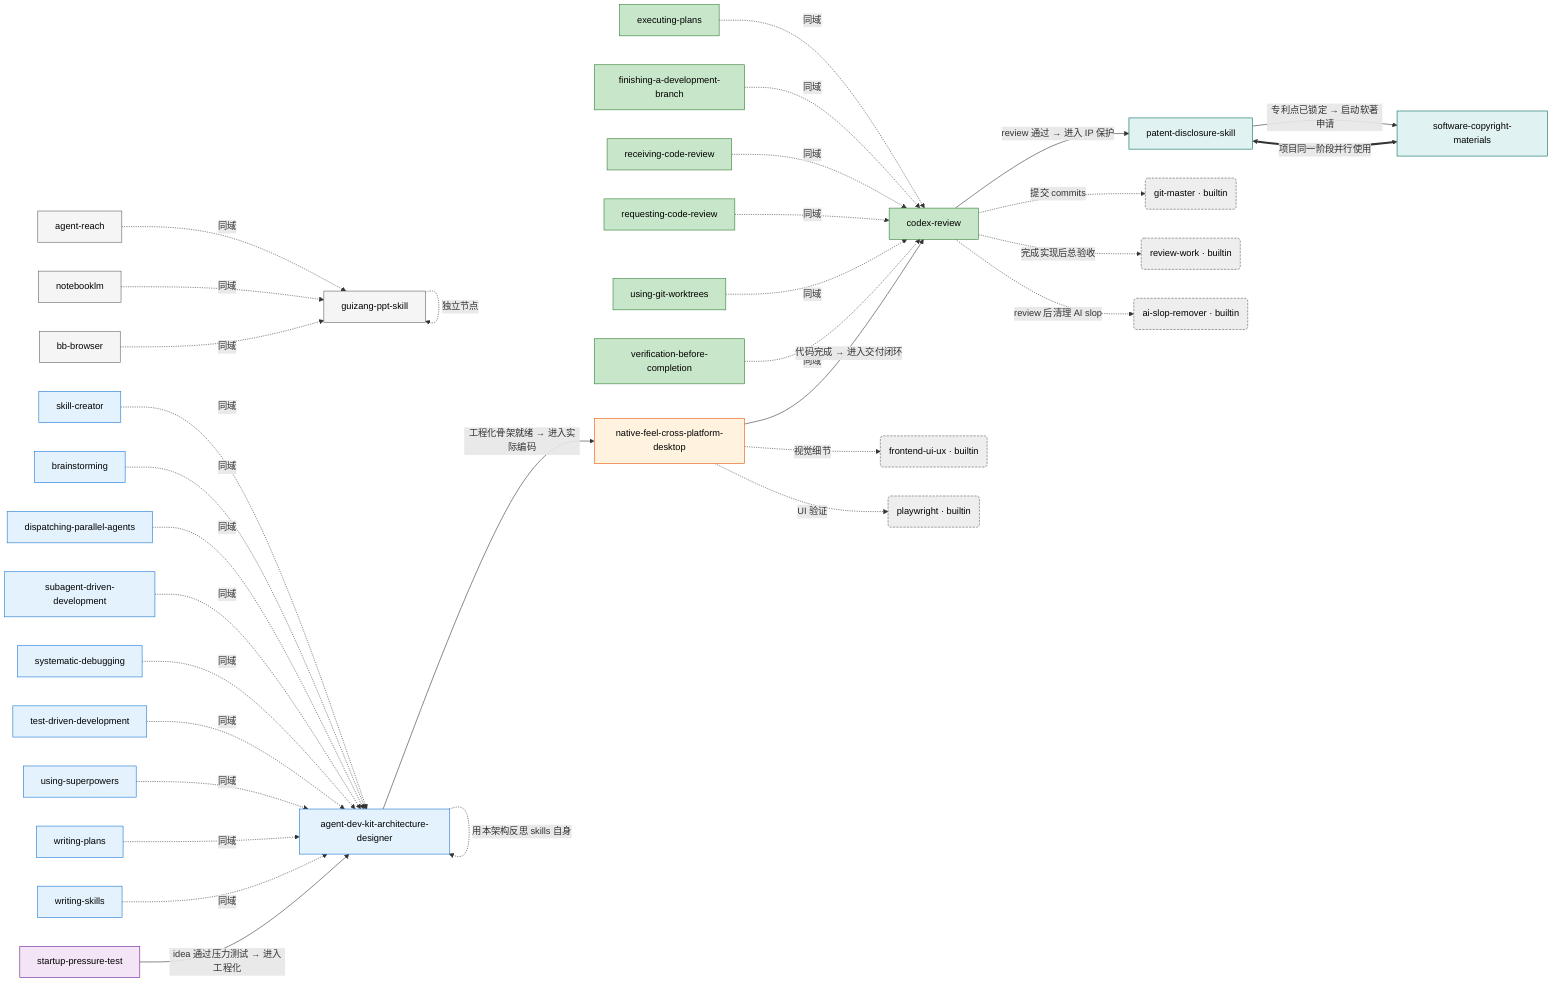
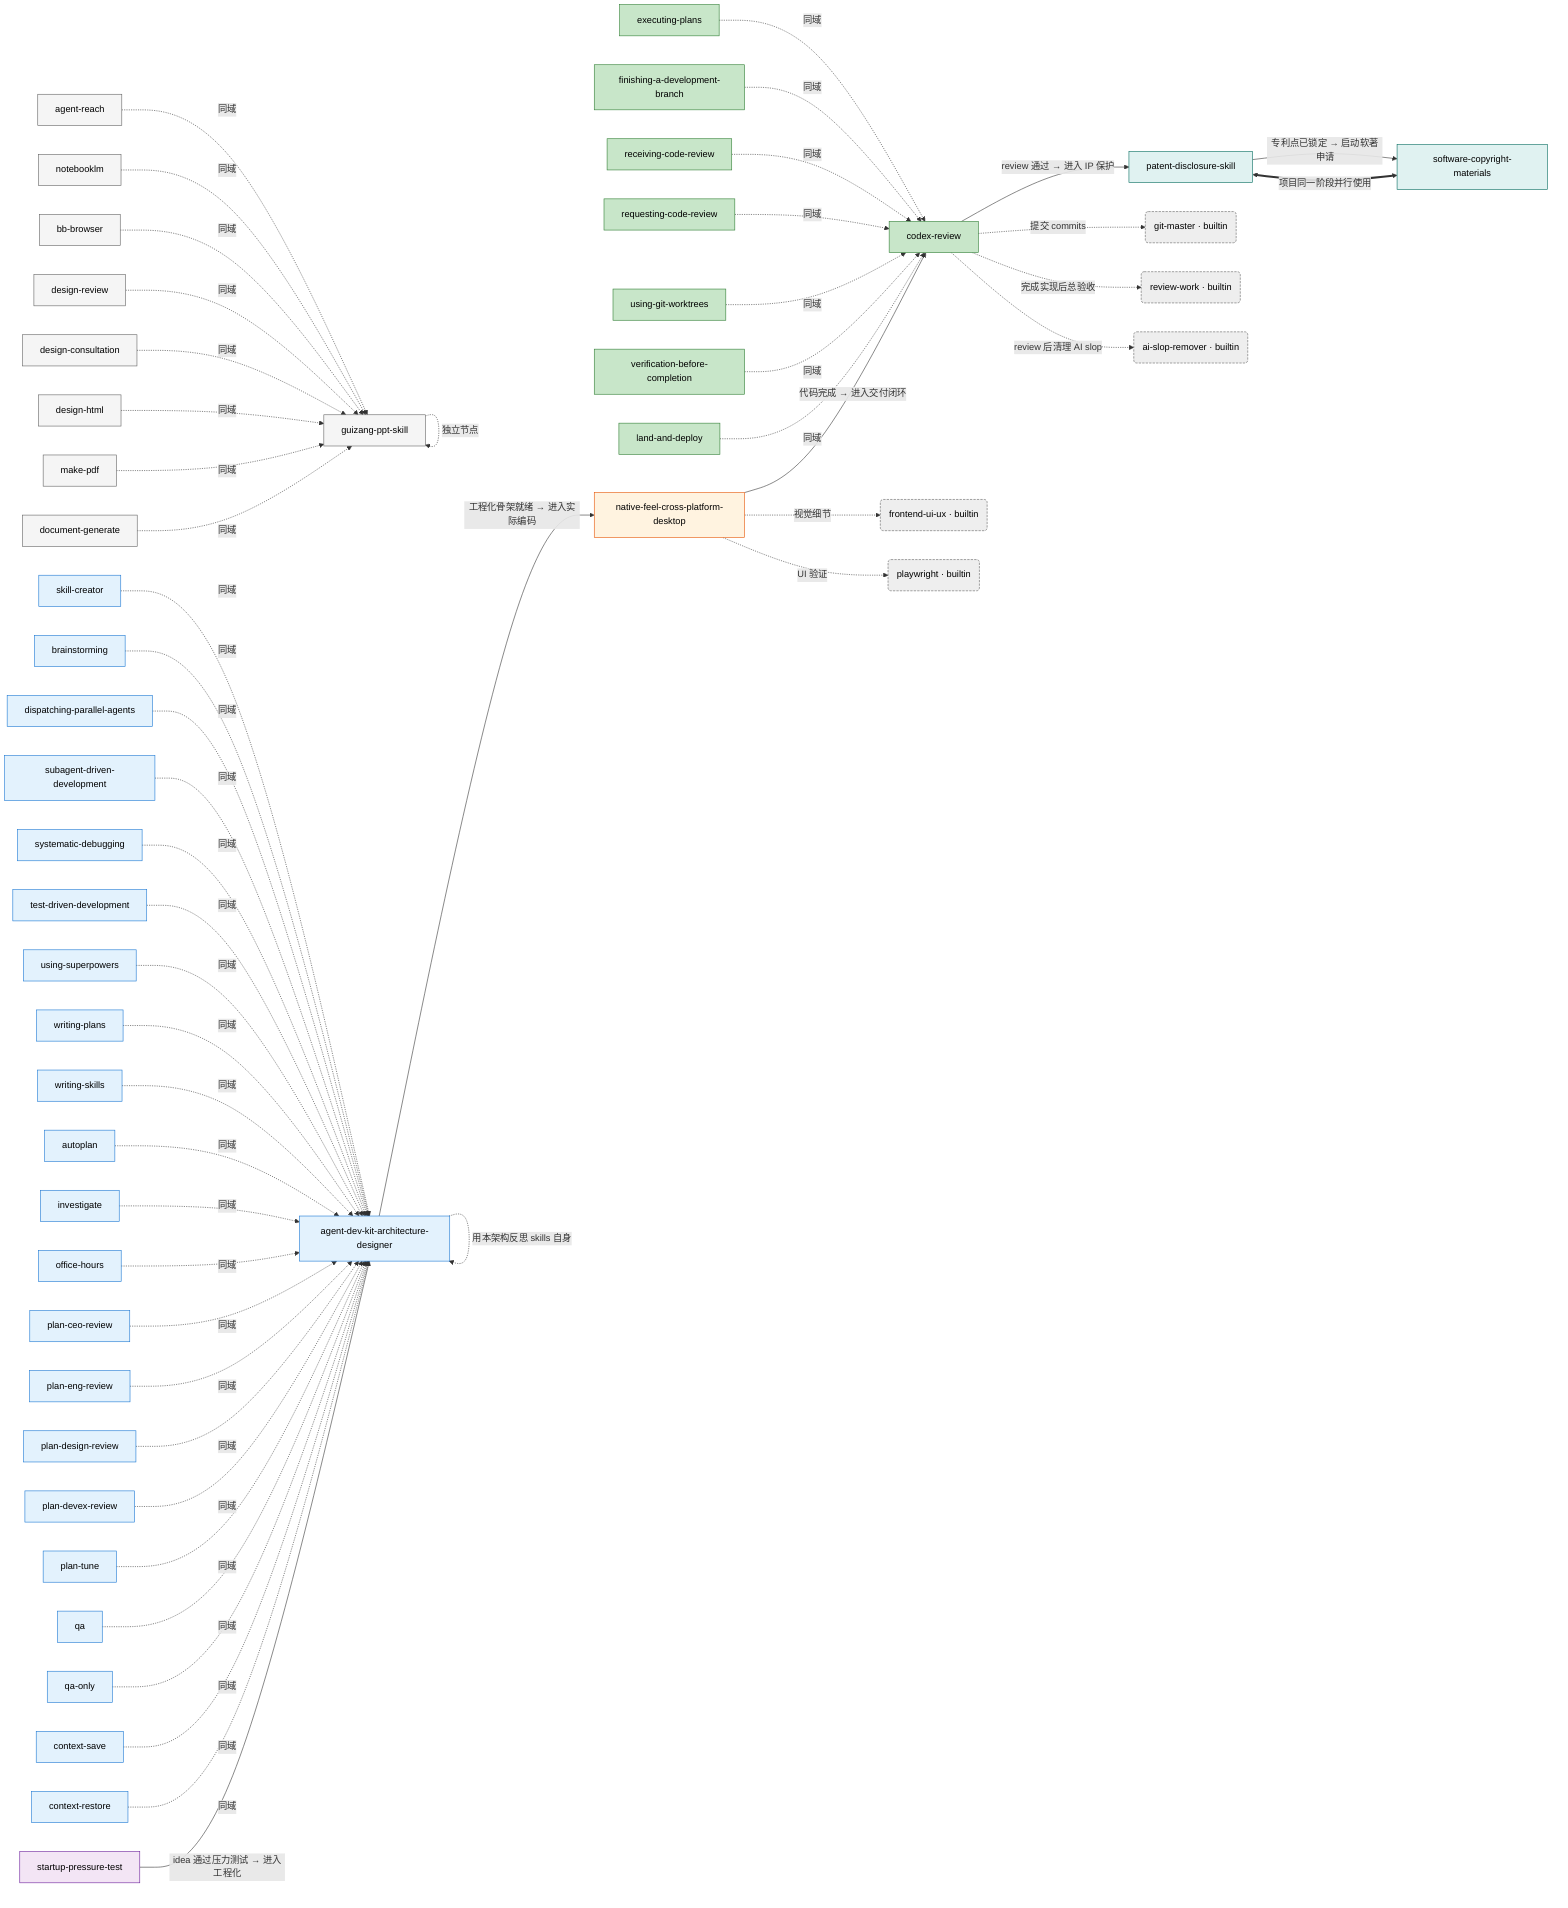
flowchart LR
    %% Class definitions for color coding
    classDef metaDomain fill:#e3f2fd,stroke:#1976d2,color:#000
    classDef closeoutDomain fill:#c8e6c9,stroke:#2e7d32,color:#000
    classDef desktopDomain fill:#fff3e0,stroke:#e65100,color:#000
    classDef founderDomain fill:#f3e5f5,stroke:#6a1b9a,color:#000
    classDef ipDomain fill:#e0f2f1,stroke:#00695c,color:#000
    classDef builtin fill:#eeeeee,stroke:#616161,color:#000,stroke-dasharray: 4 2
    classDef toolingDomain fill:#f5f5f5,stroke:#616161,color:#000

    %% Domain 1 - Meta
    ADK[agent-dev-kit-architecture-designer]:::metaDomain
    SC[skill-creator]:::metaDomain
    B[brainstorming]:::metaDomain
    DPA[dispatching-parallel-agents]:::metaDomain
    SDD[subagent-driven-development]:::metaDomain
    SD[systematic-debugging]:::metaDomain
    TDD[test-driven-development]:::metaDomain
    US[using-superpowers]:::metaDomain
    WP[writing-plans]:::metaDomain
    WS[writing-skills]:::metaDomain
+     A[autoplan]:::metaDomain
+     I[investigate]:::metaDomain
+     OH[office-hours]:::metaDomain
+     PCR[plan-ceo-review]:::metaDomain
+     PER[plan-eng-review]:::metaDomain
+     PDR[plan-design-review]:::metaDomain
+     PDR2[plan-devex-review]:::metaDomain
+     PT[plan-tune]:::metaDomain
+     Q[qa]:::metaDomain
+     QO[qa-only]:::metaDomain
+     CS[context-save]:::metaDomain
+     CR2[context-restore]:::metaDomain

    %% Domain 2 - Closeout
    CR[codex-review]:::closeoutDomain
    EP[executing-plans]:::closeoutDomain
    FADB[finishing-a-development-branch]:::closeoutDomain
    RCR[receiving-code-review]:::closeoutDomain
    RCR2[requesting-code-review]:::closeoutDomain
    UGW[using-git-worktrees]:::closeoutDomain
    VBC[verification-before-completion]:::closeoutDomain
+     LAD[land-and-deploy]:::closeoutDomain

    %% Domain 3 - Desktop
    NF[native-feel-cross-platform-desktop]:::desktopDomain

    %% Domain 4 - Founder
    SPT[startup-pressure-test]:::founderDomain

    %% Domain 5 - IP
    PAT[patent-disclosure-skill]:::ipDomain
    SCS[software-copyright-materials]:::ipDomain

    %% Tooling domain

    GPS[guizang-ppt-skill]:::toolingDomain

    %% Tooling domain

    AR[agent-reach]:::toolingDomain

    %% Tooling domain

    N[notebooklm]:::toolingDomain

    %% Tooling domain

    BB[bb-browser]:::toolingDomain

+     %% Tooling domain
+ 
+     DR[design-review]:::toolingDomain
+ 
+     %% Tooling domain
+ 
+     DC[design-consultation]:::toolingDomain
+ 
+     %% Tooling domain
+ 
+     DH[design-html]:::toolingDomain
+ 
+     %% Tooling domain
+ 
+     MP[make-pdf]:::toolingDomain
+ 
+     %% Tooling domain
+ 
+     DG[document-generate]:::toolingDomain
+ 
    %% Domain 6 - Builtin (referenced for context)
    GM(git-master · builtin):::builtin
    RW(review-work · builtin):::builtin
    ASR(ai-slop-remover · builtin):::builtin
    FE(frontend-ui-ux · builtin):::builtin
    PW(playwright · builtin):::builtin
    GPS -. "独立节点" .-> GPS
    SC -. "同域" .-> ADK
    AR -. "同域" .-> GPS
    B -. "同域" .-> ADK
    DPA -. "同域" .-> ADK
    EP -. "同域" .-> CR
    FADB -. "同域" .-> CR
    RCR -. "同域" .-> CR
    RCR2 -. "同域" .-> CR
    SDD -. "同域" .-> ADK
    SD -. "同域" .-> ADK
    TDD -. "同域" .-> ADK
    UGW -. "同域" .-> CR
    US -. "同域" .-> ADK
    VBC -. "同域" .-> CR
    WP -. "同域" .-> ADK
    WS -. "同域" .-> ADK
    N -. "同域" .-> GPS
    BB -. "同域" .-> GPS
+     A -. "同域" .-> ADK
+     I -. "同域" .-> ADK
+     LAD -. "同域" .-> CR
+     OH -. "同域" .-> ADK
+     PCR -. "同域" .-> ADK
+     PER -. "同域" .-> ADK
+     PDR -. "同域" .-> ADK
+     PDR2 -. "同域" .-> ADK
+     PT -. "同域" .-> ADK
+     Q -. "同域" .-> ADK
+     QO -. "同域" .-> ADK
+     DR -. "同域" .-> GPS
+     DC -. "同域" .-> GPS
+     DH -. "同域" .-> GPS
+     CS -. "同域" .-> ADK
+     CR2 -. "同域" .-> ADK
+     MP -. "同域" .-> GPS
+     DG -. "同域" .-> GPS

    %% --- Lifecycle flows ---

    %% Founder lifecycle: idea -> meta-design -> code -> review -> ship -> IP
    SPT -- "idea 通过压力测试 → 进入工程化" --> ADK
    ADK -- "工程化骨架就绪 → 进入实际编码" --> NF
    NF -- "代码完成 → 进入交付闭环" --> CR
    CR -- "review 通过 → 进入 IP 保护" --> PAT
    PAT -- "专利点已锁定 → 启动软著申请" --> SCS

    %% --- Cross-domain reinforcements ---

    %% Desktop work strongly benefits from playwright (UI verification) + frontend-ui-ux
    NF -. "UI 验证" .-> PW
    NF -. "视觉细节" .-> FE

    %% Closeout chains
    CR -. "提交 commits" .-> GM
    CR -. "review 后清理 AI slop" .-> ASR
    CR -. "完成实现后总验收" .-> RW

    %% Meta-engineering applies recursively
    ADK -. "用本架构反思 skills 自身" .-> ADK

    %% IP duo internal coupling
    PAT <==> |"项目同一阶段并行使用"| SCS
